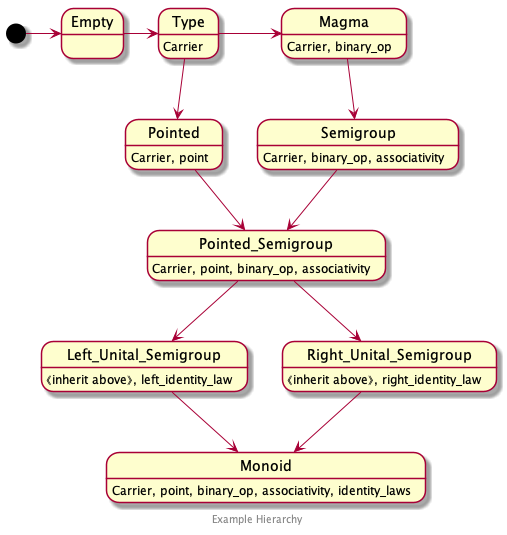
Before: example_hierarchy.png, a diagram exported from PlantUML (alhassy/next-700-module-systems).
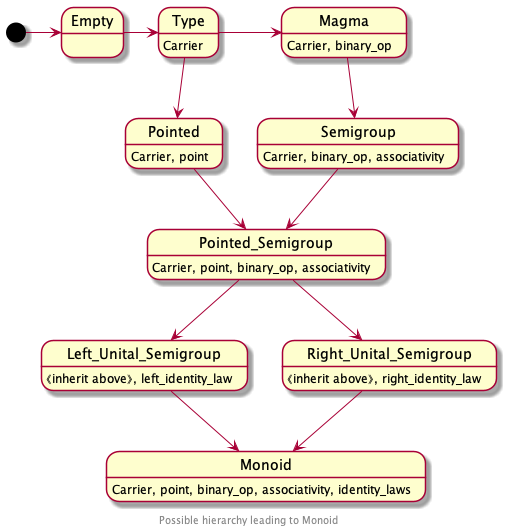
The same diagram one commit later.

The edit, as a diff of the source:
```diff
@@ -24,5 +24,5 @@
 
 Monoid : Carrier, point, binary_op, associativity, identity_laws
 
-center footer  Example Hierarchy
+center footer  Possible hierarchy leading to Monoid
 @enduml
```
